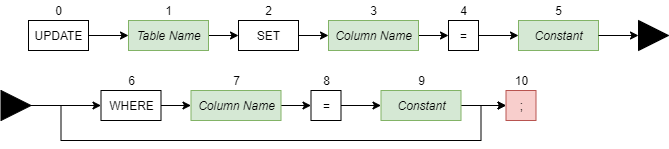
This is src/files/assets/helpscreen/UpdateDiagram.png from DeliciousWaffle/MastersProject, a draw.io export, as it was before one commit. Source tidied: cells renumbered, new cells last; positions are measured from the earlier drawing's top-left corner, leaving out a move shared by most shapes.
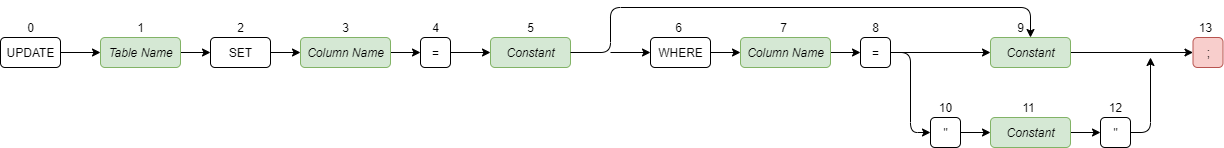
The same file after the commit.

Change to the diagram source:
```diff
@@ -2,124 +2,152 @@
   <root>
     <mxCell id="0" />
     <mxCell id="1" parent="0" />
-    <mxCell id="2" style="edgeStyle=orthogonalEdgeStyle;rounded=0;jettySize=auto;html=1;exitX=1;exitY=0.5;exitDx=0;exitDy=0;entryX=0;entryY=0.5;entryDx=0;entryDy=0;" parent="1" edge="1" source="3" target="6">
+    <mxCell id="2" style="edgeStyle=orthogonalEdgeStyle;jettySize=auto;html=1;exitX=1;exitY=0.5;exitDx=0;exitDy=0;entryX=0;entryY=0.5;entryDx=0;entryDy=0;" parent="1" edge="1" source="3" target="6">
       <mxGeometry relative="1" as="geometry" />
     </mxCell>
-    <mxCell id="3" value="UPDATE" style="html=1;" parent="1" vertex="1">
+    <mxCell id="3" value="UPDATE" style="html=1;rounded=1;" parent="1" vertex="1">
       <mxGeometry x="28" y="20" width="60" height="30" as="geometry" />
     </mxCell>
-    <mxCell id="4" value="0" style="text;html=1;align=center;verticalAlign=middle;" parent="1" vertex="1">
+    <mxCell id="4" value="0" style="text;html=1;align=center;verticalAlign=middle;rounded=1;" parent="1" vertex="1">
       <mxGeometry x="48" width="20" height="20" as="geometry" />
     </mxCell>
-    <mxCell id="5" style="edgeStyle=orthogonalEdgeStyle;rounded=0;jettySize=auto;html=1;exitX=1;exitY=0.5;exitDx=0;exitDy=0;entryX=0;entryY=0.5;entryDx=0;entryDy=0;" parent="1" edge="1" source="6" target="9">
+    <mxCell id="5" style="edgeStyle=orthogonalEdgeStyle;jettySize=auto;html=1;exitX=1;exitY=0.5;exitDx=0;exitDy=0;entryX=0;entryY=0.5;entryDx=0;entryDy=0;" parent="1" edge="1" source="6" target="9">
       <mxGeometry relative="1" as="geometry" />
     </mxCell>
-    <mxCell id="6" value="&lt;i&gt;Table Name&lt;/i&gt;" style="html=1;fillColor=#d5e8d4;strokeColor=#82b366;" parent="1" vertex="1">
+    <mxCell id="6" value="&lt;i&gt;Table Name&lt;/i&gt;" style="html=1;fillColor=#d5e8d4;strokeColor=#82b366;rounded=1;" parent="1" vertex="1">
       <mxGeometry x="128" y="20" width="80" height="30" as="geometry" />
     </mxCell>
-    <mxCell id="7" value="1" style="text;html=1;align=center;verticalAlign=middle;" parent="1" vertex="1">
+    <mxCell id="7" value="1" style="text;html=1;align=center;verticalAlign=middle;rounded=1;" parent="1" vertex="1">
       <mxGeometry x="158" width="20" height="20" as="geometry" />
     </mxCell>
-    <mxCell id="8" style="edgeStyle=orthogonalEdgeStyle;rounded=0;jettySize=auto;html=1;exitX=1;exitY=0.5;exitDx=0;exitDy=0;entryX=0;entryY=0.5;entryDx=0;entryDy=0;" parent="1" edge="1" source="9">
+    <mxCell id="8" style="edgeStyle=orthogonalEdgeStyle;jettySize=auto;html=1;exitX=1;exitY=0.5;exitDx=0;exitDy=0;entryX=0;entryY=0.5;entryDx=0;entryDy=0;" parent="1" edge="1" source="9">
       <mxGeometry relative="1" as="geometry">
         <mxPoint x="328" y="35" as="targetPoint" />
       </mxGeometry>
     </mxCell>
-    <mxCell id="9" value="SET" style="html=1;" parent="1" vertex="1">
+    <mxCell id="9" value="SET" style="html=1;rounded=1;" parent="1" vertex="1">
       <mxGeometry x="238" y="20" width="60" height="30" as="geometry" />
     </mxCell>
-    <mxCell id="10" value="2" style="text;html=1;align=center;verticalAlign=middle;" parent="1" vertex="1">
+    <mxCell id="10" value="2" style="text;html=1;align=center;verticalAlign=middle;rounded=1;" parent="1" vertex="1">
       <mxGeometry x="258" width="20" height="20" as="geometry" />
     </mxCell>
-    <mxCell id="11" style="edgeStyle=orthogonalEdgeStyle;rounded=0;jettySize=auto;html=1;exitX=1;exitY=0.5;exitDx=0;exitDy=0;entryX=0;entryY=0.5;entryDx=0;entryDy=0;" parent="1" edge="1" source="12" target="17">
+    <mxCell id="11" style="edgeStyle=orthogonalEdgeStyle;jettySize=auto;html=1;exitX=1;exitY=0.5;exitDx=0;exitDy=0;entryX=0;entryY=0.5;entryDx=0;entryDy=0;" parent="1" edge="1" source="12" target="17">
       <mxGeometry relative="1" as="geometry" />
     </mxCell>
-    <mxCell id="12" value="&lt;i&gt;Column Name&lt;/i&gt;" style="html=1;fillColor=#d5e8d4;strokeColor=#82b366;" parent="1" vertex="1">
+    <mxCell id="12" value="&lt;i&gt;Column Name&lt;/i&gt;" style="html=1;fillColor=#d5e8d4;strokeColor=#82b366;rounded=1;" parent="1" vertex="1">
       <mxGeometry x="328" y="20" width="90" height="30" as="geometry" />
     </mxCell>
-    <mxCell id="13" value="3" style="text;html=1;align=center;verticalAlign=middle;" parent="1" vertex="1">
+    <mxCell id="13" value="3" style="text;html=1;align=center;verticalAlign=middle;rounded=1;" parent="1" vertex="1">
       <mxGeometry x="363" width="20" height="20" as="geometry" />
     </mxCell>
-    <mxCell id="14" value=";" style="html=1;fillColor=#f8cecc;strokeColor=#b85450;" parent="1" vertex="1">
-      <mxGeometry x="505.5" y="90" width="30" height="30" as="geometry" />
+    <mxCell id="14" value=";" style="html=1;fillColor=#f8cecc;strokeColor=#b85450;rounded=1;" parent="1" vertex="1">
+      <mxGeometry x="1220.5" y="20" width="30" height="30" as="geometry" />
     </mxCell>
-    <mxCell id="15" value="10" style="text;html=1;align=center;verticalAlign=middle;" parent="1" vertex="1">
-      <mxGeometry x="505.5" y="70" width="30" height="20" as="geometry" />
+    <mxCell id="15" value="13" style="text;html=1;align=center;verticalAlign=middle;rounded=1;" parent="1" vertex="1">
+      <mxGeometry x="1218" width="30" height="20" as="geometry" />
     </mxCell>
-    <mxCell id="16" style="edgeStyle=orthogonalEdgeStyle;rounded=0;jettySize=auto;html=1;exitX=1;exitY=0.5;exitDx=0;exitDy=0;entryX=0;entryY=0.5;entryDx=0;entryDy=0;" parent="1" edge="1" source="17" target="19">
+    <mxCell id="16" style="edgeStyle=orthogonalEdgeStyle;jettySize=auto;html=1;exitX=1;exitY=0.5;exitDx=0;exitDy=0;entryX=0;entryY=0.5;entryDx=0;entryDy=0;" parent="1" edge="1" source="17" target="19">
       <mxGeometry relative="1" as="geometry" />
     </mxCell>
-    <mxCell id="17" value="=" style="html=1;" parent="1" vertex="1">
+    <mxCell id="17" value="=" style="html=1;rounded=1;" parent="1" vertex="1">
       <mxGeometry x="448" y="20" width="30" height="30" as="geometry" />
     </mxCell>
-    <mxCell id="18" value="4" style="text;html=1;align=center;verticalAlign=middle;" parent="1" vertex="1">
+    <mxCell id="18" value="4" style="text;html=1;align=center;verticalAlign=middle;rounded=1;" parent="1" vertex="1">
       <mxGeometry x="453" width="20" height="20" as="geometry" />
     </mxCell>
-    <mxCell id="19" value="&lt;i&gt;Constant&lt;/i&gt;" style="html=1;fillColor=#d5e8d4;strokeColor=#82b366;" parent="1" vertex="1">
+    <mxCell id="19" value="&lt;i&gt;Constant&lt;/i&gt;" style="html=1;fillColor=#d5e8d4;strokeColor=#82b366;rounded=1;" parent="1" vertex="1">
       <mxGeometry x="518" y="20" width="80" height="30" as="geometry" />
     </mxCell>
-    <mxCell id="20" value="5" style="text;html=1;align=center;verticalAlign=middle;" parent="1" vertex="1">
+    <mxCell id="20" value="5" style="text;html=1;align=center;verticalAlign=middle;rounded=1;" parent="1" vertex="1">
       <mxGeometry x="548" width="20" height="20" as="geometry" />
     </mxCell>
-    <mxCell id="21" style="triangle;whiteSpace=wrap;html=1;fillColor=#000000;" parent="1" vertex="1">
-      <mxGeometry x="638" y="20" width="30" height="30" as="geometry" />
-    </mxCell>
-    <mxCell id="22" style="edgeStyle=orthogonalEdgeStyle;rounded=0;jettySize=auto;html=1;exitX=1;exitY=0.5;exitDx=0;exitDy=0;" parent="1" edge="1" source="19" target="21">
-      <mxGeometry relative="1" as="geometry" />
-    </mxCell>
-    <mxCell id="23" style="edgeStyle=orthogonalEdgeStyle;rounded=0;jettySize=auto;html=1;exitX=1;exitY=0.5;exitDx=0;exitDy=0;entryX=0;entryY=0.5;entryDx=0;entryDy=0;" parent="1" edge="1" source="25" target="27">
-      <mxGeometry relative="1" as="geometry" />
+    <mxCell id="23" style="edgeStyle=orthogonalEdgeStyle;jettySize=auto;html=1;exitX=1;exitY=0.5;exitDx=0;exitDy=0;entryX=0;entryY=0.5;entryDx=0;entryDy=0;" parent="1" edge="1" target="27">
+      <mxGeometry relative="1" as="geometry">
+        <mxPoint x="638" y="35" as="sourcePoint" />
+      </mxGeometry>
     </mxCell>
-    <mxCell id="24" style="edgeStyle=orthogonalEdgeStyle;rounded=0;jettySize=auto;html=1;exitX=1;exitY=0.5;exitDx=0;exitDy=0;entryX=0;entryY=0.5;entryDx=0;entryDy=0;" parent="1" edge="1" source="25" target="14">
+    <mxCell id="24" style="edgeStyle=orthogonalEdgeStyle;jettySize=auto;html=1;exitX=1;exitY=0.5;exitDx=0;exitDy=0;entryX=0.5;entryY=0;entryDx=0;entryDy=0;" parent="1" edge="1" source="19" target="36">
       <mxGeometry relative="1" as="geometry">
         <Array as="points">
-          <mxPoint x="60.5" y="105" />
-          <mxPoint x="60.5" y="140" />
-          <mxPoint x="480.5" y="140" />
-          <mxPoint x="480.5" y="105" />
+          <mxPoint x="638" y="35" />
+          <mxPoint x="638" y="-10" />
+          <mxPoint x="1058" y="-10" />
         </Array>
       </mxGeometry>
     </mxCell>
-    <mxCell id="25" style="triangle;whiteSpace=wrap;html=1;fillColor=#000000;" parent="1" vertex="1">
-      <mxGeometry x="0.5" y="90" width="30" height="30" as="geometry" />
-    </mxCell>
-    <mxCell id="26" style="edgeStyle=orthogonalEdgeStyle;rounded=0;jettySize=auto;html=1;exitX=1;exitY=0.5;exitDx=0;exitDy=0;entryX=0;entryY=0.5;entryDx=0;entryDy=0;" parent="1" edge="1" source="27">
+    <mxCell id="26" style="edgeStyle=orthogonalEdgeStyle;jettySize=auto;html=1;exitX=1;exitY=0.5;exitDx=0;exitDy=0;entryX=0;entryY=0.5;entryDx=0;entryDy=0;" parent="1" edge="1" source="27">
       <mxGeometry relative="1" as="geometry">
-        <mxPoint x="190.5" y="105" as="targetPoint" />
+        <mxPoint x="768" y="35" as="targetPoint" />
       </mxGeometry>
     </mxCell>
-    <mxCell id="27" value="WHERE" style="html=1;" parent="1" vertex="1">
-      <mxGeometry x="100.5" y="90" width="60" height="30" as="geometry" />
+    <mxCell id="27" value="WHERE" style="html=1;rounded=1;" parent="1" vertex="1">
+      <mxGeometry x="678" y="20" width="60" height="30" as="geometry" />
     </mxCell>
-    <mxCell id="28" value="6" style="text;html=1;align=center;verticalAlign=middle;" parent="1" vertex="1">
-      <mxGeometry x="120.5" y="70" width="20" height="20" as="geometry" />
+    <mxCell id="28" value="6" style="text;html=1;align=center;verticalAlign=middle;rounded=1;" parent="1" vertex="1">
+      <mxGeometry x="695.5" width="20" height="20" as="geometry" />
     </mxCell>
-    <mxCell id="29" style="edgeStyle=orthogonalEdgeStyle;rounded=0;jettySize=auto;html=1;exitX=1;exitY=0.5;exitDx=0;exitDy=0;entryX=0;entryY=0.5;entryDx=0;entryDy=0;" parent="1" edge="1" source="30" target="33">
+    <mxCell id="29" style="edgeStyle=orthogonalEdgeStyle;jettySize=auto;html=1;exitX=1;exitY=0.5;exitDx=0;exitDy=0;entryX=0;entryY=0.5;entryDx=0;entryDy=0;" parent="1" edge="1" source="30" target="33">
       <mxGeometry relative="1" as="geometry" />
     </mxCell>
-    <mxCell id="30" value="&lt;i&gt;Column Name&lt;/i&gt;" style="html=1;fillColor=#d5e8d4;strokeColor=#82b366;" parent="1" vertex="1">
-      <mxGeometry x="190.5" y="90" width="90" height="30" as="geometry" />
+    <mxCell id="30" value="&lt;i&gt;Column Name&lt;/i&gt;" style="html=1;fillColor=#d5e8d4;strokeColor=#82b366;rounded=1;" parent="1" vertex="1">
+      <mxGeometry x="768" y="20" width="90" height="30" as="geometry" />
     </mxCell>
-    <mxCell id="31" value="7" style="text;html=1;align=center;verticalAlign=middle;" parent="1" vertex="1">
-      <mxGeometry x="225.5" y="70" width="20" height="20" as="geometry" />
+    <mxCell id="31" value="7" style="text;html=1;align=center;verticalAlign=middle;rounded=1;" parent="1" vertex="1">
+      <mxGeometry x="800.5" width="20" height="20" as="geometry" />
     </mxCell>
-    <mxCell id="32" style="edgeStyle=orthogonalEdgeStyle;rounded=0;jettySize=auto;html=1;exitX=1;exitY=0.5;exitDx=0;exitDy=0;entryX=0;entryY=0.5;entryDx=0;entryDy=0;" parent="1" edge="1" source="33" target="36">
+    <mxCell id="32" style="edgeStyle=orthogonalEdgeStyle;jettySize=auto;html=1;exitX=1;exitY=0.5;exitDx=0;exitDy=0;entryX=0;entryY=0.5;entryDx=0;entryDy=0;" parent="1" edge="1" source="33" target="36">
       <mxGeometry relative="1" as="geometry" />
     </mxCell>
+    <mxCell id="38" style="edgeStyle=orthogonalEdgeStyle;rounded=1;jettySize=auto;html=1;exitX=1;exitY=0.5;exitDx=0;exitDy=0;entryX=0;entryY=0.5;entryDx=0;entryDy=0;" parent="1" edge="1" source="33" target="43">
+      <mxGeometry relative="1" as="geometry" />
+    </mxCell>
-    <mxCell id="33" value="=" style="html=1;" parent="1" vertex="1">
-      <mxGeometry x="310.5" y="90" width="30" height="30" as="geometry" />
+    <mxCell id="33" value="=" style="html=1;rounded=1;" parent="1" vertex="1">
+      <mxGeometry x="888" y="20" width="30" height="30" as="geometry" />
     </mxCell>
-    <mxCell id="34" value="8" style="text;html=1;align=center;verticalAlign=middle;" parent="1" vertex="1">
-      <mxGeometry x="315.5" y="70" width="20" height="20" as="geometry" />
+    <mxCell id="34" value="8" style="text;html=1;align=center;verticalAlign=middle;rounded=1;" parent="1" vertex="1">
+      <mxGeometry x="893" width="20" height="20" as="geometry" />
     </mxCell>
-    <mxCell id="35" style="edgeStyle=orthogonalEdgeStyle;rounded=0;jettySize=auto;html=1;exitX=1;exitY=0.5;exitDx=0;exitDy=0;entryX=0;entryY=0.5;entryDx=0;entryDy=0;" parent="1" edge="1" source="36" target="14">
+    <mxCell id="35" style="edgeStyle=orthogonalEdgeStyle;jettySize=auto;html=1;exitX=1;exitY=0.5;exitDx=0;exitDy=0;entryX=0;entryY=0.5;entryDx=0;entryDy=0;" parent="1" edge="1" source="36" target="14">
       <mxGeometry relative="1" as="geometry" />
     </mxCell>
-    <mxCell id="36" value="&lt;i&gt;Constant&lt;/i&gt;" style="html=1;fillColor=#d5e8d4;strokeColor=#82b366;" parent="1" vertex="1">
-      <mxGeometry x="380.5" y="90" width="80" height="30" as="geometry" />
+    <mxCell id="36" value="&lt;i&gt;Constant&lt;/i&gt;" style="html=1;fillColor=#d5e8d4;strokeColor=#82b366;rounded=1;" parent="1" vertex="1">
+      <mxGeometry x="1018" y="20" width="80" height="30" as="geometry" />
     </mxCell>
-    <mxCell id="37" value="9" style="text;html=1;align=center;verticalAlign=middle;" parent="1" vertex="1">
-      <mxGeometry x="410.5" y="70" width="20" height="20" as="geometry" />
+    <mxCell id="37" value="9" style="text;html=1;align=center;verticalAlign=middle;rounded=1;" parent="1" vertex="1">
+      <mxGeometry x="1038" width="20" height="20" as="geometry" />
     </mxCell>
+    <mxCell id="39" style="edgeStyle=orthogonalEdgeStyle;rounded=0;jettySize=auto;html=1;exitX=1;exitY=0.5;exitDx=0;exitDy=0;entryX=0;entryY=0.5;entryDx=0;entryDy=0;" parent="1" edge="1" source="40" target="45">
+      <mxGeometry relative="1" as="geometry" />
+    </mxCell>
+    <mxCell id="40" value="&lt;i&gt;Constant&lt;/i&gt;" style="html=1;fillColor=#d5e8d4;strokeColor=#82b366;rounded=1;" parent="1" vertex="1">
+      <mxGeometry x="1018" y="100" width="80" height="30" as="geometry" />
+    </mxCell>
+    <mxCell id="41" value="11" style="text;html=1;align=center;verticalAlign=middle;rounded=1;" parent="1" vertex="1">
+      <mxGeometry x="1040.5" y="80" width="30" height="20" as="geometry" />
+    </mxCell>
+    <mxCell id="42" style="edgeStyle=orthogonalEdgeStyle;rounded=0;jettySize=auto;html=1;exitX=1;exitY=0.5;exitDx=0;exitDy=0;entryX=0;entryY=0.5;entryDx=0;entryDy=0;" parent="1" edge="1" source="43" target="40">
+      <mxGeometry relative="1" as="geometry" />
+    </mxCell>
+    <mxCell id="43" value="&quot;" style="html=1;rounded=1;" parent="1" vertex="1">
+      <mxGeometry x="958" y="100" width="30" height="30" as="geometry" />
+    </mxCell>
+    <mxCell id="44" style="edgeStyle=orthogonalEdgeStyle;rounded=1;jettySize=auto;html=1;exitX=1;exitY=0.5;exitDx=0;exitDy=0;" parent="1" edge="1" source="45">
+      <mxGeometry relative="1" as="geometry">
+        <mxPoint x="1178" y="40" as="targetPoint" />
+        <Array as="points">
+          <mxPoint x="1178" y="115" />
+          <mxPoint x="1178" y="40" />
+        </Array>
+      </mxGeometry>
+    </mxCell>
+    <mxCell id="45" value="&quot;" style="html=1;rounded=1;" parent="1" vertex="1">
+      <mxGeometry x="1128" y="100" width="30" height="30" as="geometry" />
+    </mxCell>
+    <mxCell id="46" value="10" style="text;html=1;align=center;verticalAlign=middle;rounded=1;" parent="1" vertex="1">
+      <mxGeometry x="958" y="80" width="30" height="20" as="geometry" />
+    </mxCell>
+    <mxCell id="47" value="12" style="text;html=1;align=center;verticalAlign=middle;rounded=1;" parent="1" vertex="1">
+      <mxGeometry x="1128" y="80" width="30" height="20" as="geometry" />
+    </mxCell>
   </root>
 </mxGraphModel>
```
